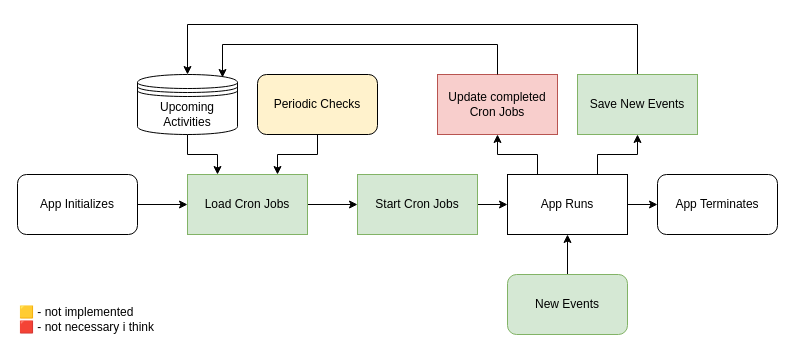
The draw.io diagram diagrams/cron-service.drawio in cashewpillar/awesome-drawio, before the edit. Source tidied: cells renumbered, new cells numbered last; positions are measured from the earlier drawing's top-left corner, leaving out a move shared by most shapes. Both pictures are drawn from the tidied source at 100%, with x=0, y=0 at pixel (17, 24).
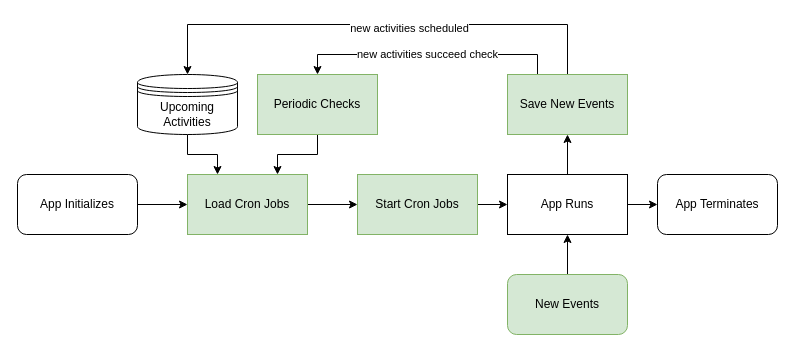
The same page after the edit.

Commit message (it also covers changes not shown here):
refactor+feat: cron-service + add mentor signup

Unchanged cells that the change refers to:
```xml
<mxCell id="8" value="Upcoming Activities" style="shape=datastore;whiteSpace=wrap;html=1;" parent="1" vertex="1">
  <mxGeometry x="120" y="50" width="100" height="60" as="geometry" />
</mxCell>
<mxCell id="18" value="App Runs" style="rounded=0;whiteSpace=wrap;html=1;" parent="1" vertex="1">
  <mxGeometry x="490" y="150" width="120" height="60" as="geometry" />
</mxCell>
```

What changed in the source:
```diff
@@
-    <mxCell id="6" value="Update completed Cron Jobs" style="rounded=0;whiteSpace=wrap;html=1;fillColor=#f8cecc;strokeColor=#b85450;" parent="1" vertex="1">
-      <mxGeometry x="420" y="50" width="120" height="60" as="geometry" />
-    </mxCell>
@@
-    <mxCell id="12" value="Periodic Checks" style="rounded=1;whiteSpace=wrap;html=1;fillColor=#FFF2CC;" parent="1" vertex="1">
+    <mxCell id="12" value="Periodic Checks" style="rounded=0;whiteSpace=wrap;html=1;fillColor=#d5e8d4;strokeColor=#82b366;" parent="1" vertex="1">
       <mxGeometry x="240" y="50" width="120" height="60" as="geometry" />
     </mxCell>
@@
-    <mxCell id="16" style="edgeStyle=orthogonalEdgeStyle;rounded=0;jettySize=auto;html=1;exitX=0.25;exitY=0;exitDx=0;exitDy=0;entryX=0.5;entryY=1;entryDx=0;entryDy=0;" parent="1" edge="1" source="18" target="6">
-      <mxGeometry relative="1" as="geometry" />
-    </mxCell>
-    <mxCell id="17" style="edgeStyle=orthogonalEdgeStyle;rounded=0;jettySize=auto;html=1;exitX=0.75;exitY=0;exitDx=0;exitDy=0;entryX=0.5;entryY=1;entryDx=0;entryDy=0;" parent="1" edge="1" source="18" target="21">
+    <mxCell id="17" style="edgeStyle=orthogonalEdgeStyle;rounded=0;jettySize=auto;html=1;entryX=0.5;entryY=1;entryDx=0;entryDy=0;" parent="1" edge="1" source="18" target="21">
       <mxGeometry relative="1" as="geometry" />
     </mxCell>
@@
-    <mxCell id="20" style="edgeStyle=orthogonalEdgeStyle;rounded=0;jettySize=auto;html=1;entryX=0.5;entryY=0;entryDx=0;entryDy=0;" parent="1" edge="1" source="21" target="8">
+    <mxCell id="20" style="edgeStyle=orthogonalEdgeStyle;rounded=0;jettySize=auto;html=1;entryX=0.5;entryY=0;entryDx=0;entryDy=0;exitX=0.5;exitY=0;exitDx=0;exitDy=0;" parent="1" edge="1" source="21" target="8">
       <mxGeometry relative="1" as="geometry">
         <Array as="points">
-          <mxPoint x="620" />
+          <mxPoint x="550" />
           <mxPoint x="170" />
         </Array>
       </mxGeometry>
     </mxCell>
+    <mxCell id="24" value="new activities scheduled" style="edgeLabel;html=1;align=center;verticalAlign=middle;" parent="20" vertex="1">
+      <mxGeometry x="-0.13" y="3" relative="1" as="geometry" />
+    </mxCell>
+    <mxCell id="25" style="edgeStyle=orthogonalEdgeStyle;rounded=0;jettySize=auto;html=1;exitX=0.25;exitY=0;exitDx=0;exitDy=0;entryX=0.5;entryY=0;entryDx=0;entryDy=0;" parent="1" edge="1" source="21" target="12">
+      <mxGeometry relative="1" as="geometry" />
+    </mxCell>
+    <mxCell id="26" value="new activities succeed check" style="edgeLabel;html=1;align=center;verticalAlign=middle;" parent="25" vertex="1">
+      <mxGeometry x="0.01" y="-1" relative="1" as="geometry" />
+    </mxCell>
     <mxCell id="21" value="Save New Events" style="rounded=0;whiteSpace=wrap;html=1;fillColor=#d5e8d4;strokeColor=#82b366;" parent="1" vertex="1">
-      <mxGeometry x="560" y="50" width="120" height="60" as="geometry" />
+      <mxGeometry x="490" y="50" width="120" height="60" as="geometry" />
     </mxCell>
-    <mxCell id="22" style="edgeStyle=orthogonalEdgeStyle;rounded=0;jettySize=auto;html=1;entryX=0.85;entryY=0.05;entryDx=0;entryDy=0;entryPerimeter=0;" parent="1" edge="1" source="6" target="8">
-      <mxGeometry relative="1" as="geometry">
-        <Array as="points">
-          <mxPoint x="480" y="20" />
-          <mxPoint x="205" y="20" />
-        </Array>
-      </mxGeometry>
-    </mxCell>
-    <mxCell id="23" value="&lt;div align=&quot;left&quot;&gt;🟨 - not implemented&lt;/div&gt;&lt;div align=&quot;left&quot;&gt;🟥 - not necessary i think&lt;/div&gt;" style="text;html=1;align=left;verticalAlign=middle;whiteSpace=wrap;rounded=0;" parent="1" vertex="1">
-      <mxGeometry y="280" width="190" height="30" as="geometry" />
-    </mxCell>
```
